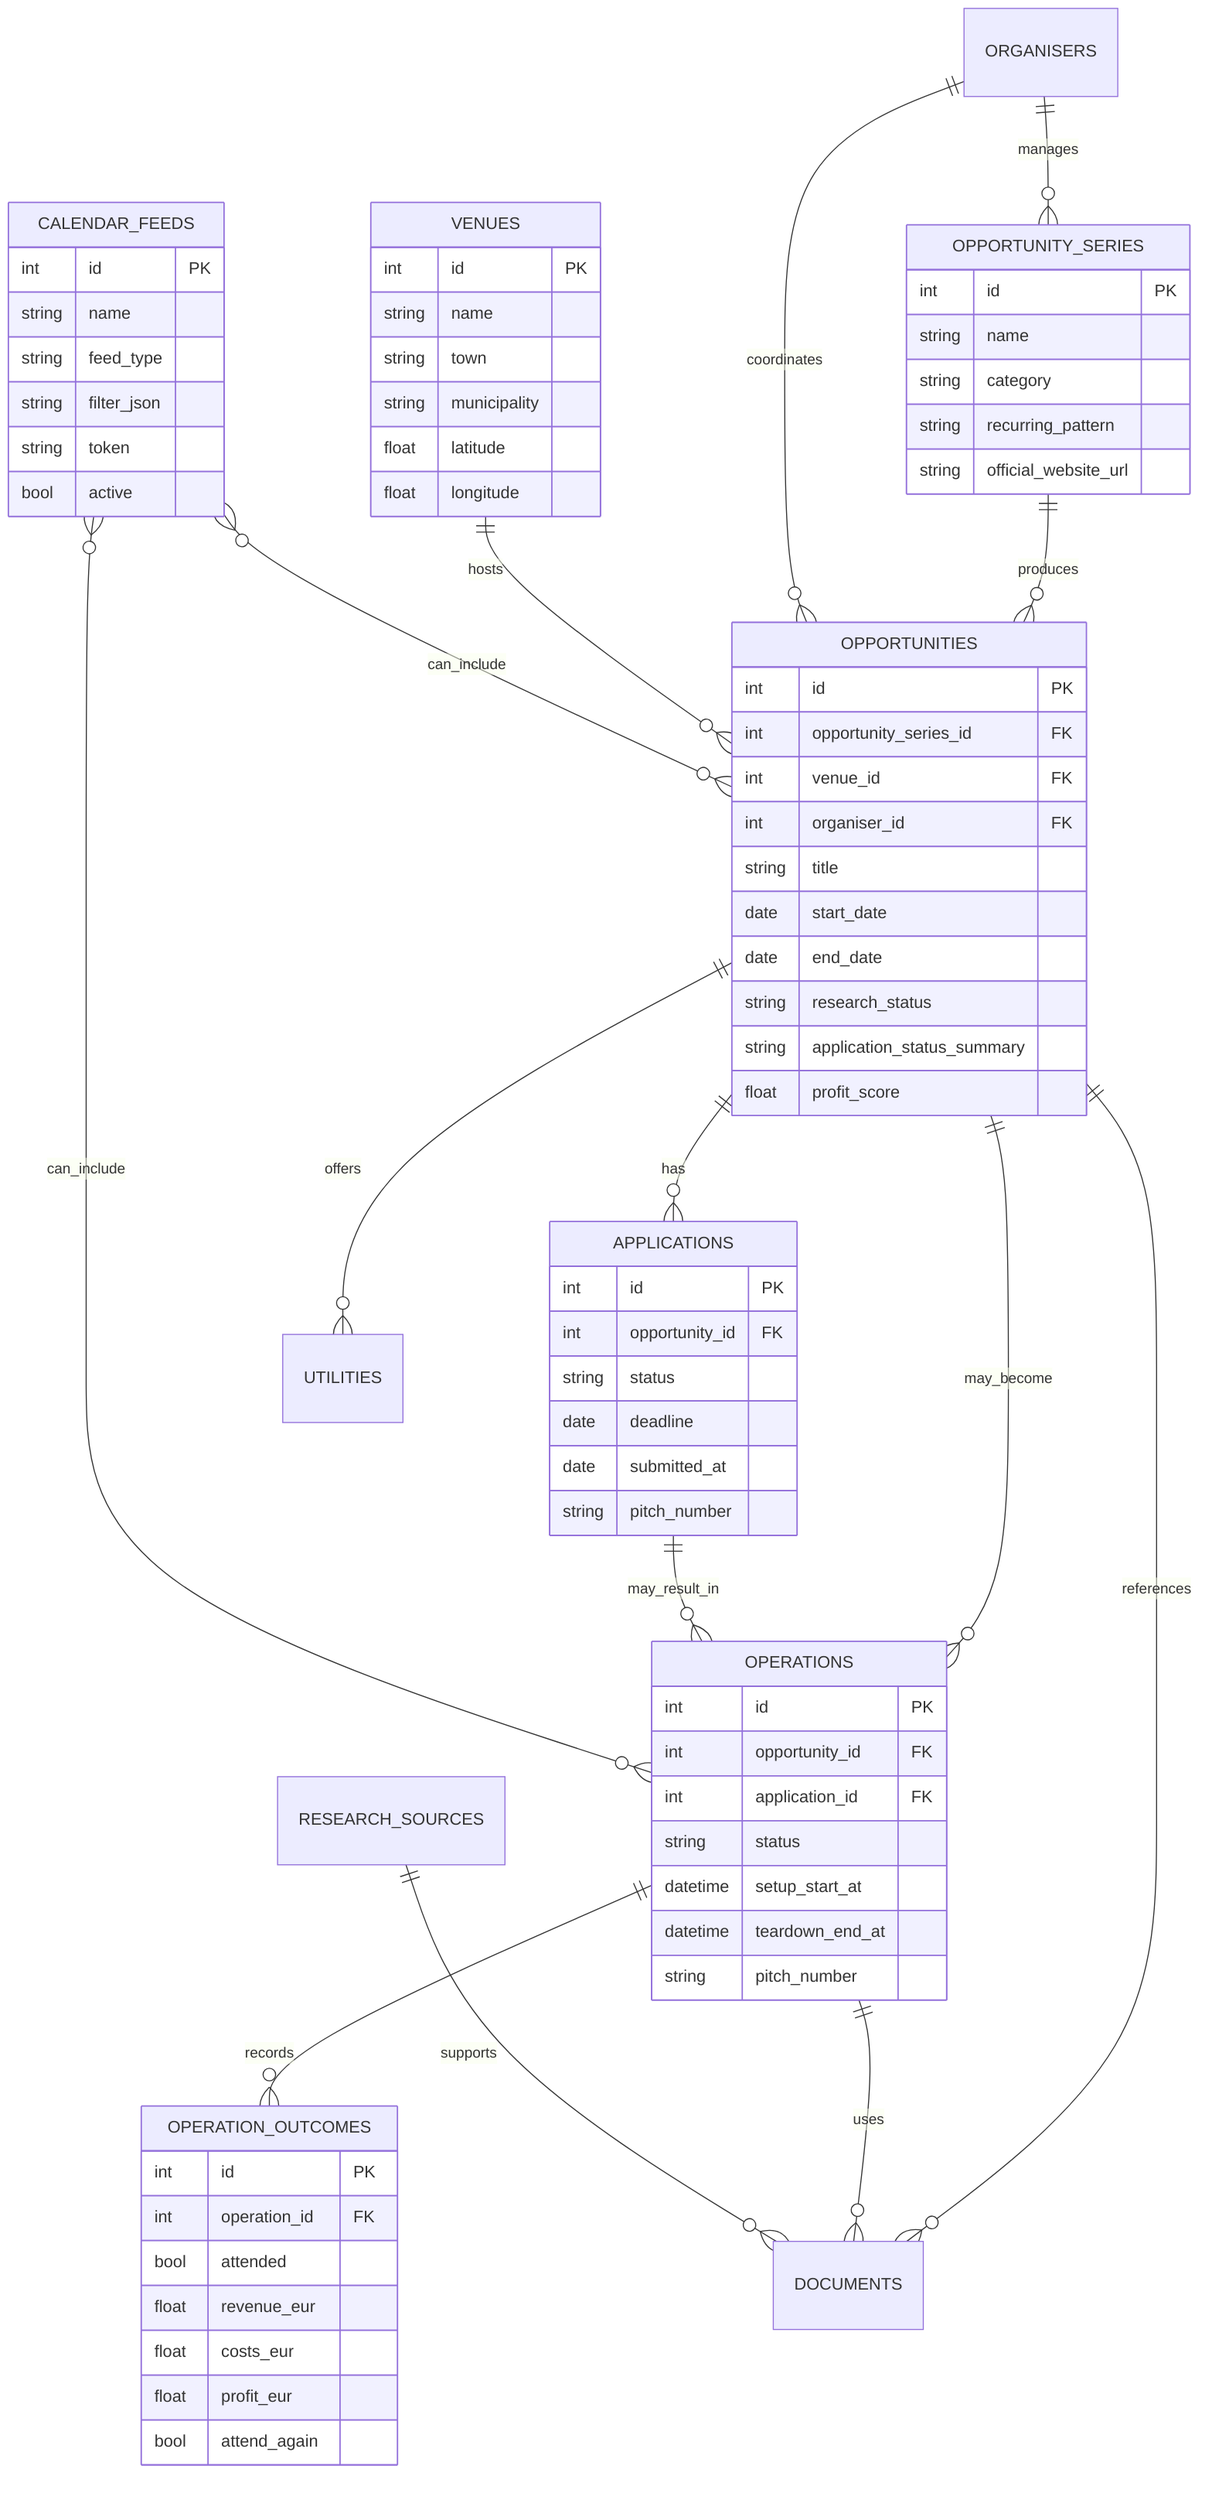
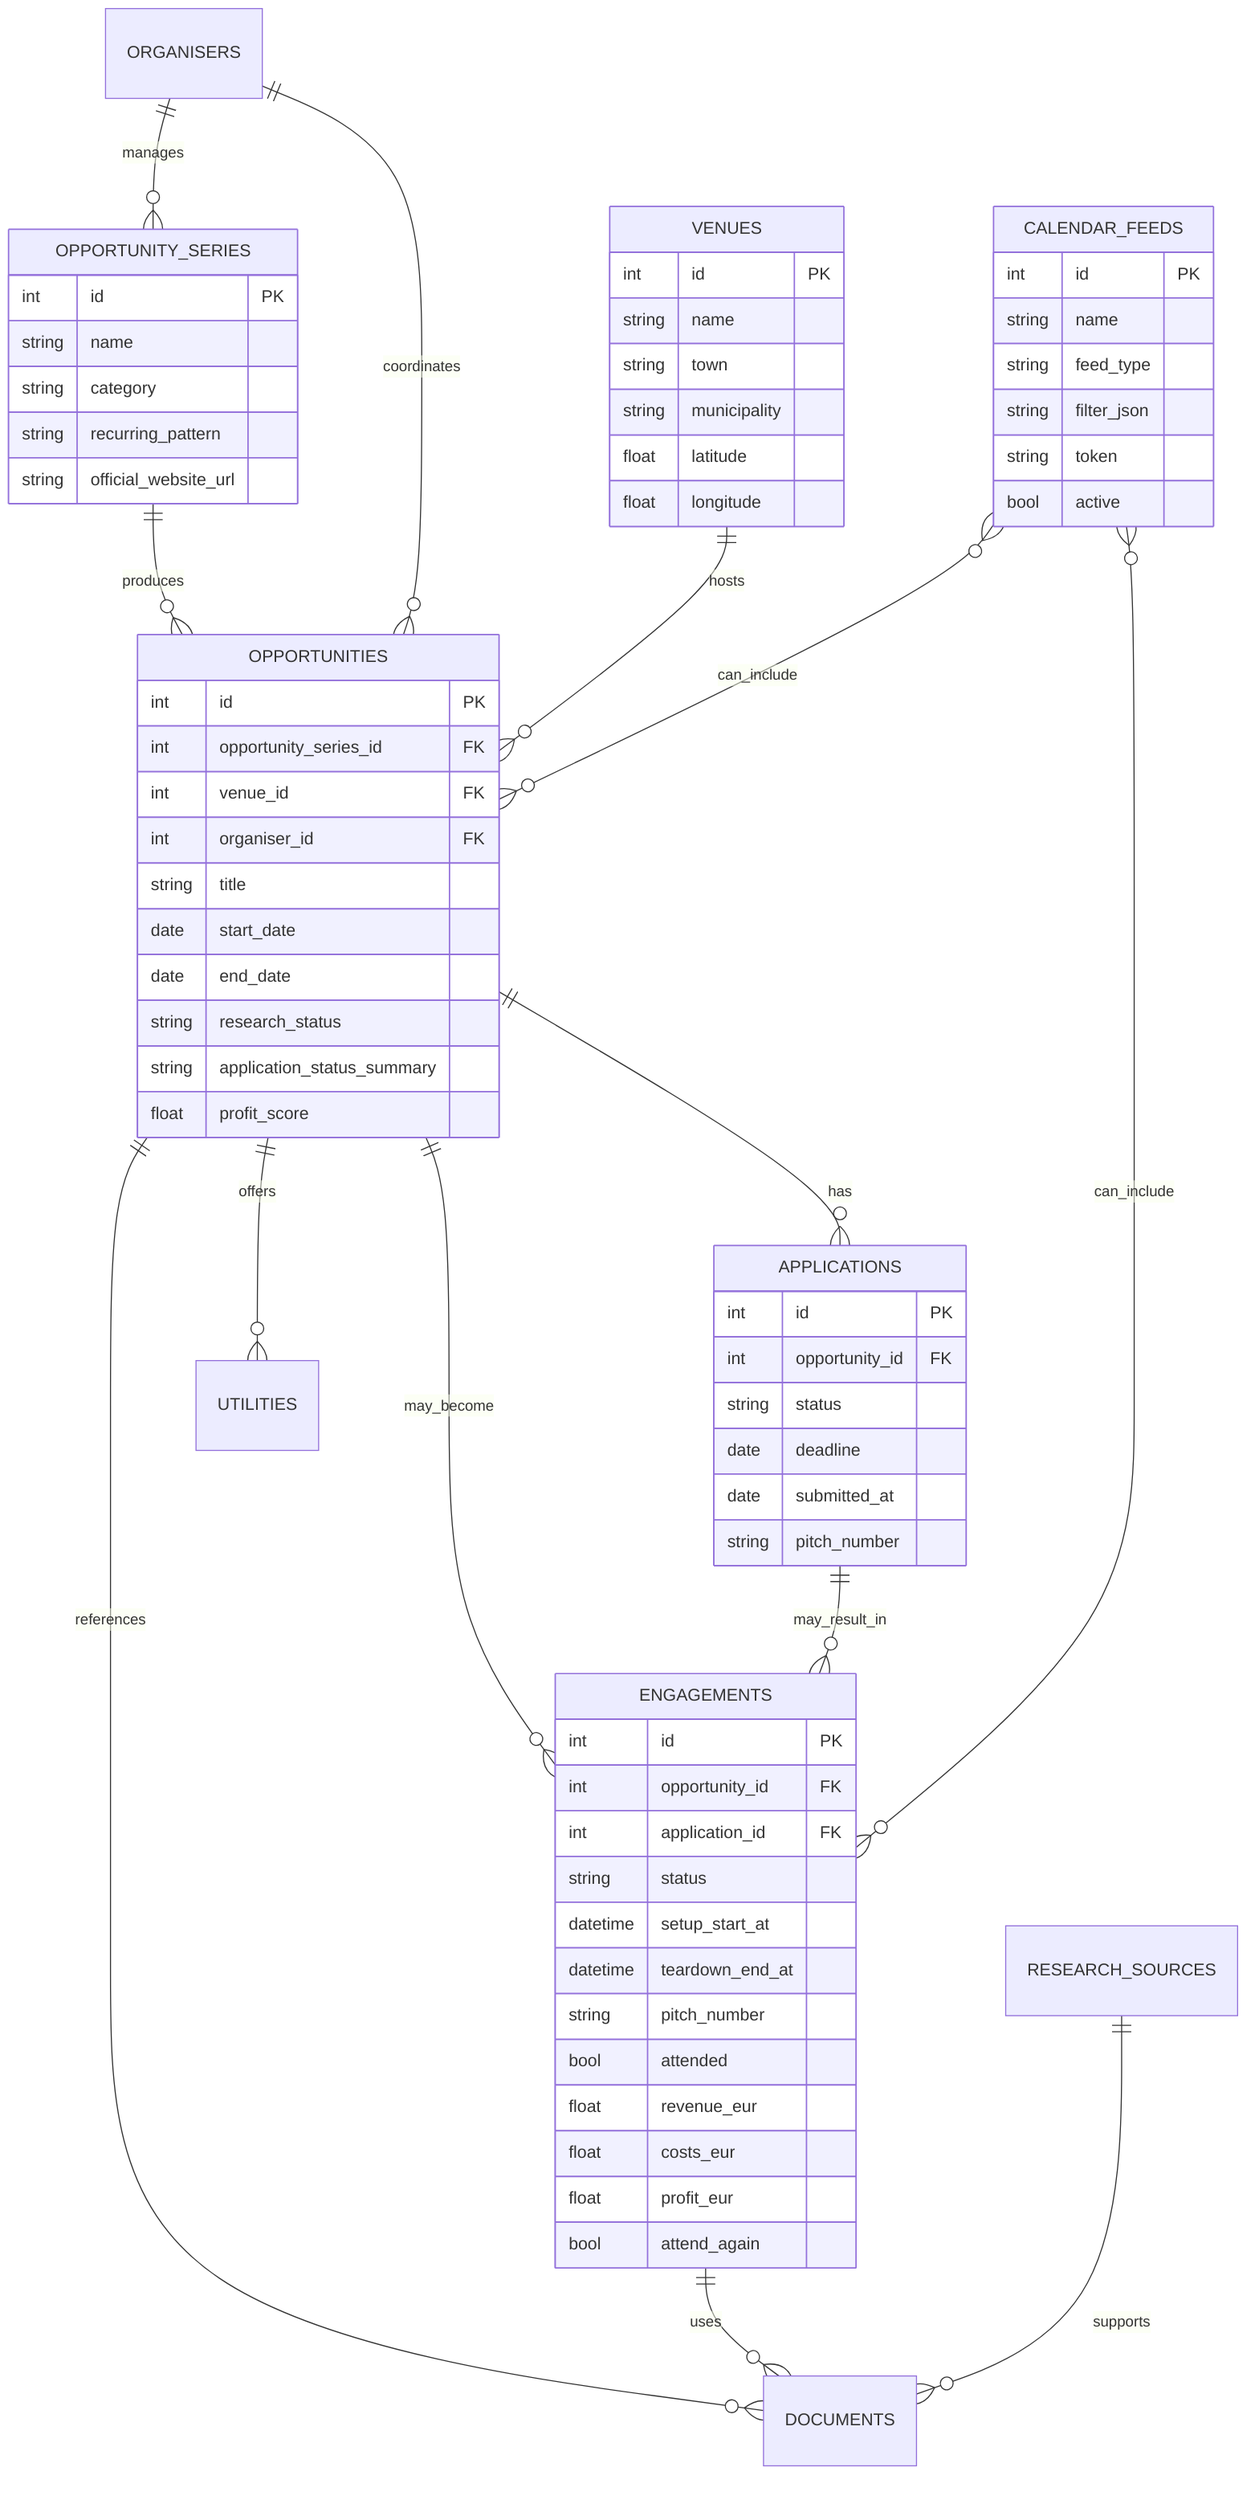
erDiagram
    OPPORTUNITY_SERIES ||--o{ OPPORTUNITIES : produces
    ORGANISERS ||--o{ OPPORTUNITY_SERIES : manages
    ORGANISERS ||--o{ OPPORTUNITIES : coordinates
    VENUES ||--o{ OPPORTUNITIES : hosts
    OPPORTUNITIES ||--o{ APPLICATIONS : has
-     OPPORTUNITIES ||--o{ OPERATIONS : may_become
-     APPLICATIONS ||--o{ OPERATIONS : may_result_in
-     OPERATIONS ||--o{ OPERATION_OUTCOMES : records
+     OPPORTUNITIES ||--o{ ENGAGEMENTS : may_become
+     APPLICATIONS ||--o{ ENGAGEMENTS : may_result_in
    OPPORTUNITIES ||--o{ UTILITIES : offers
    OPPORTUNITIES ||--o{ DOCUMENTS : references
-     OPERATIONS ||--o{ DOCUMENTS : uses
+     ENGAGEMENTS ||--o{ DOCUMENTS : uses
    RESEARCH_SOURCES ||--o{ DOCUMENTS : supports
    CALENDAR_FEEDS }o--o{ OPPORTUNITIES : can_include
-     CALENDAR_FEEDS }o--o{ OPERATIONS : can_include
+     CALENDAR_FEEDS }o--o{ ENGAGEMENTS : can_include

    OPPORTUNITY_SERIES {
        int id PK
        string name
        string category
        string recurring_pattern
        string official_website_url
    }

    OPPORTUNITIES {
        int id PK
        int opportunity_series_id FK
        int venue_id FK
        int organiser_id FK
        string title
        date start_date
        date end_date
        string research_status
        string application_status_summary
        float profit_score
    }

    VENUES {
        int id PK
        string name
        string town
        string municipality
        float latitude
        float longitude
    }

    APPLICATIONS {
        int id PK
        int opportunity_id FK
        string status
        date deadline
        date submitted_at
        string pitch_number
    }

-     OPERATIONS {
+     ENGAGEMENTS {
        int id PK
        int opportunity_id FK
        int application_id FK
        string status
        datetime setup_start_at
        datetime teardown_end_at
        string pitch_number
-     }
- 
-     OPERATION_OUTCOMES {
-         int id PK
-         int operation_id FK
        bool attended
        float revenue_eur
        float costs_eur
        float profit_eur
        bool attend_again
    }

    CALENDAR_FEEDS {
        int id PK
        string name
        string feed_type
        string filter_json
        string token
        bool active
    }
